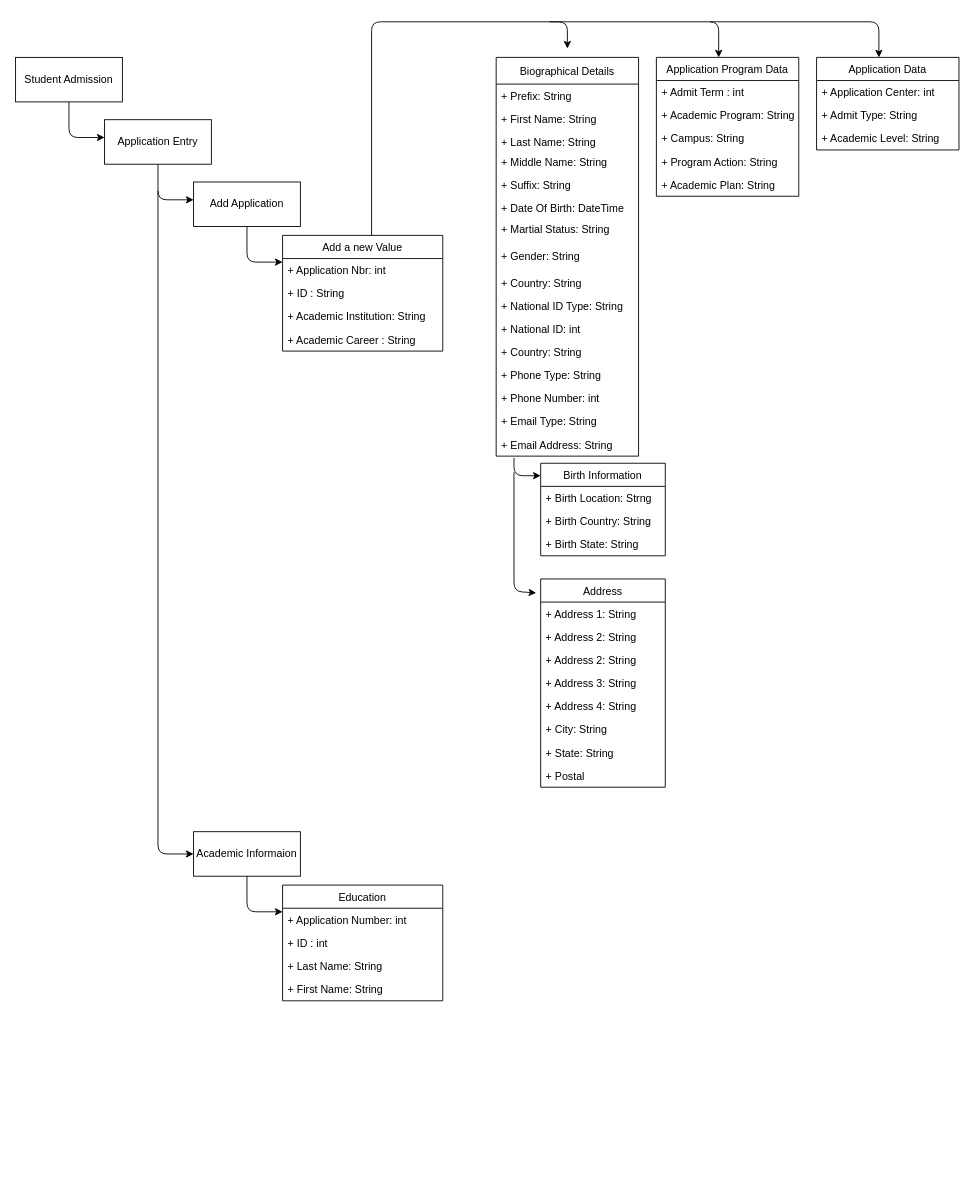
The draw.io diagram Untitled Diagram.drawio in masterdeans/danidean, before the edit. Source tidied: cells renumbered, new cells numbered last; positions are measured from the earlier drawing's top-left corner, leaving out a move shared by most shapes. Both pictures are drawn from the tidied source at 89%, with x=0, y=0 at pixel (15, 21).
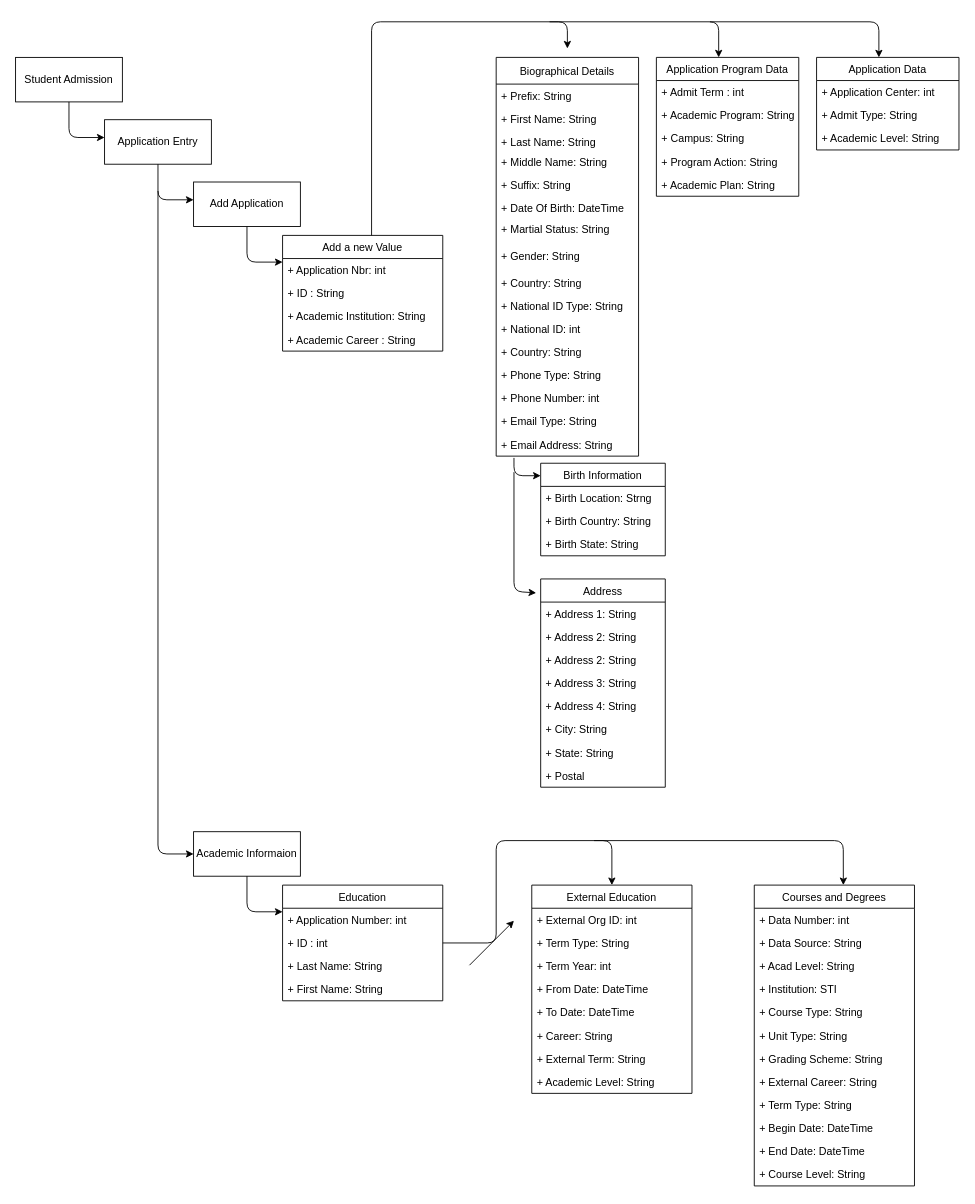
The same page after the edit.

The change refers to these unchanged cells:
```xml
<mxCell id="63" value="+ ID : int" style="text;strokeColor=none;fillColor=none;align=left;verticalAlign=top;spacingLeft=4;spacingRight=4;overflow=hidden;points=[[0,0.5],[1,0.5]];portConstraint=eastwest;" parent="61" vertex="1">
  <mxGeometry y="52" width="180" height="26" as="geometry" />
</mxCell>
```

Change to the diagram source:
```diff
@@
+    <mxCell id="66" style="endArrow=classic;html=1;exitX=1;exitY=0.5;exitDx=0;exitDy=0;entryX=0.5;entryY=0;entryDx=0;entryDy=0;" parent="1" edge="1" source="63" target="67">
+      <mxGeometry relative="1" as="geometry">
+        <Array as="points">
+          <mxPoint x="540" y="1035" />
+          <mxPoint x="540" y="920" />
+          <mxPoint x="670" y="920" />
+        </Array>
+      </mxGeometry>
+    </mxCell>
+    <mxCell id="67" value="External Education" style="swimlane;fontStyle=0;horizontal=1;startSize=26;fillColor=none;" parent="1" vertex="1">
+      <mxGeometry x="580" y="970" width="180" height="234" as="geometry" />
+    </mxCell>
+    <mxCell id="68" value="+ External Org ID: int" style="text;strokeColor=none;fillColor=none;align=left;verticalAlign=top;spacingLeft=4;spacingRight=4;overflow=hidden;" parent="67" vertex="1">
+      <mxGeometry y="26" width="180" height="26" as="geometry" />
+    </mxCell>
+    <mxCell id="69" value="+ Term Type: String" style="text;strokeColor=none;fillColor=none;align=left;verticalAlign=top;spacingLeft=4;spacingRight=4;overflow=hidden;" parent="67" vertex="1">
+      <mxGeometry y="52" width="180" height="26" as="geometry" />
+    </mxCell>
+    <mxCell id="70" value="+ Term Year: int" style="text;strokeColor=none;fillColor=none;align=left;verticalAlign=top;spacingLeft=4;spacingRight=4;overflow=hidden;" parent="67" vertex="1">
+      <mxGeometry y="78" width="180" height="26" as="geometry" />
+    </mxCell>
+    <mxCell id="71" value="+ From Date: DateTime" style="text;strokeColor=none;fillColor=none;align=left;verticalAlign=top;spacingLeft=4;spacingRight=4;overflow=hidden;" parent="67" vertex="1">
+      <mxGeometry y="104" width="180" height="26" as="geometry" />
+    </mxCell>
+    <mxCell id="72" value="+ To Date: DateTime" style="text;strokeColor=none;fillColor=none;align=left;verticalAlign=top;spacingLeft=4;spacingRight=4;overflow=hidden;" parent="67" vertex="1">
+      <mxGeometry y="130" width="180" height="26" as="geometry" />
+    </mxCell>
+    <mxCell id="73" value="+ Career: String" style="text;strokeColor=none;fillColor=none;align=left;verticalAlign=top;spacingLeft=4;spacingRight=4;overflow=hidden;" parent="67" vertex="1">
+      <mxGeometry y="156" width="180" height="26" as="geometry" />
+    </mxCell>
+    <mxCell id="74" value="+ External Term: String" style="text;strokeColor=none;fillColor=none;align=left;verticalAlign=top;spacingLeft=4;spacingRight=4;overflow=hidden;" parent="67" vertex="1">
+      <mxGeometry y="182" width="180" height="26" as="geometry" />
+    </mxCell>
+    <mxCell id="75" value="+ Academic Level: String" style="text;strokeColor=none;fillColor=none;align=left;verticalAlign=top;spacingLeft=4;spacingRight=4;overflow=hidden;" parent="67" vertex="1">
+      <mxGeometry y="208" width="180" height="26" as="geometry" />
+    </mxCell>
+    <mxCell id="76" style="endArrow=classic;html=1;" parent="1" edge="1">
+      <mxGeometry relative="1" as="geometry">
+        <mxPoint x="510" y="1060" as="sourcePoint" />
+        <mxPoint x="560" y="1010" as="targetPoint" />
+      </mxGeometry>
+    </mxCell>
+    <mxCell id="77" style="endArrow=classic;html=1;entryX=0.556;entryY=0;entryDx=0;entryDy=0;entryPerimeter=0;" parent="1" edge="1" target="78">
+      <mxGeometry relative="1" as="geometry">
+        <mxPoint x="650" y="920" as="sourcePoint" />
+        <Array as="points">
+          <mxPoint x="930" y="920" />
+        </Array>
+      </mxGeometry>
+    </mxCell>
+    <mxCell id="78" value="Courses and Degrees" style="swimlane;fontStyle=0;horizontal=1;startSize=26;fillColor=none;" parent="1" vertex="1">
+      <mxGeometry x="830" y="970" width="180" height="338" as="geometry" />
+    </mxCell>
+    <mxCell id="79" value="+ Data Number: int" style="text;strokeColor=none;fillColor=none;align=left;verticalAlign=top;spacingLeft=4;spacingRight=4;overflow=hidden;" parent="78" vertex="1">
+      <mxGeometry y="26" width="180" height="26" as="geometry" />
+    </mxCell>
+    <mxCell id="80" value="+ Data Source: String" style="text;strokeColor=none;fillColor=none;align=left;verticalAlign=top;spacingLeft=4;spacingRight=4;overflow=hidden;" parent="78" vertex="1">
+      <mxGeometry y="52" width="180" height="26" as="geometry" />
+    </mxCell>
+    <mxCell id="81" value="+ Acad Level: String" style="text;strokeColor=none;fillColor=none;align=left;verticalAlign=top;spacingLeft=4;spacingRight=4;overflow=hidden;" parent="78" vertex="1">
+      <mxGeometry y="78" width="180" height="26" as="geometry" />
+    </mxCell>
+    <mxCell id="82" value="+ Institution: STI" style="text;strokeColor=none;fillColor=none;align=left;verticalAlign=top;spacingLeft=4;spacingRight=4;overflow=hidden;" parent="78" vertex="1">
+      <mxGeometry y="104" width="180" height="26" as="geometry" />
+    </mxCell>
+    <mxCell id="83" value="+ Course Type: String" style="text;strokeColor=none;fillColor=none;align=left;verticalAlign=top;spacingLeft=4;spacingRight=4;overflow=hidden;" parent="78" vertex="1">
+      <mxGeometry y="130" width="180" height="26" as="geometry" />
+    </mxCell>
+    <mxCell id="84" value="+ Unit Type: String" style="text;strokeColor=none;fillColor=none;align=left;verticalAlign=top;spacingLeft=4;spacingRight=4;overflow=hidden;" parent="78" vertex="1">
+      <mxGeometry y="156" width="180" height="26" as="geometry" />
+    </mxCell>
+    <mxCell id="85" value="+ Grading Scheme: String" style="text;strokeColor=none;fillColor=none;align=left;verticalAlign=top;spacingLeft=4;spacingRight=4;overflow=hidden;" parent="78" vertex="1">
+      <mxGeometry y="182" width="180" height="26" as="geometry" />
+    </mxCell>
+    <mxCell id="86" value="+ External Career: String" style="text;strokeColor=none;fillColor=none;align=left;verticalAlign=top;spacingLeft=4;spacingRight=4;overflow=hidden;" parent="78" vertex="1">
+      <mxGeometry y="208" width="180" height="26" as="geometry" />
+    </mxCell>
+    <mxCell id="87" value="+ Term Type: String" style="text;strokeColor=none;fillColor=none;align=left;verticalAlign=top;spacingLeft=4;spacingRight=4;overflow=hidden;" parent="78" vertex="1">
+      <mxGeometry y="234" width="180" height="26" as="geometry" />
+    </mxCell>
+    <mxCell id="88" value="+ Begin Date: DateTime" style="text;strokeColor=none;fillColor=none;align=left;verticalAlign=top;spacingLeft=4;spacingRight=4;overflow=hidden;" parent="78" vertex="1">
+      <mxGeometry y="260" width="180" height="26" as="geometry" />
+    </mxCell>
+    <mxCell id="89" value="+ End Date: DateTime" style="text;strokeColor=none;fillColor=none;align=left;verticalAlign=top;spacingLeft=4;spacingRight=4;overflow=hidden;" parent="78" vertex="1">
+      <mxGeometry y="286" width="180" height="26" as="geometry" />
+    </mxCell>
+    <mxCell id="90" value="+ Course Level: String" style="text;strokeColor=none;fillColor=none;align=left;verticalAlign=top;spacingLeft=4;spacingRight=4;overflow=hidden;" parent="78" vertex="1">
+      <mxGeometry y="312" width="180" height="26" as="geometry" />
+    </mxCell>
```
